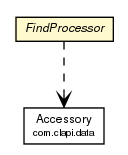
Earlier version of the Graphviz export javadoc/coreserver/com/connectlife/coreserver/environment/FindProcessor.png (ericpinet/ConnectLife). Its source is kept beside it as javadoc/coreserver/com/connectlife/coreserver/environment/FindProcessor.dot.
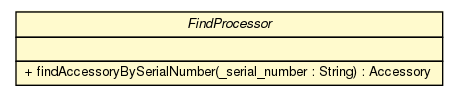
The same file after the commit.

What changed in the source:
```diff
@@ -4,16 +4,15 @@
 	node [fontname="Helvetica",fontsize=10,shape=plaintext];
 	nodesep=0.25;
 	ranksep=0.5;
-	c1343 [label=<<table title="com.connectlife.coreserver.environment.FindProcessor" border="0" cellborder="1" cellspacing="0" cellpadding="2" port="p" bgcolor="lemonChiffon" href="./FindProcessor.html">
+	c1222 [label=<<table title="com.connectlife.coreserver.environment.FindProcessor" border="0" cellborder="1" cellspacing="0" cellpadding="2" port="p" bgcolor="lemonChiffon" href="./FindProcessor.html">
 		<tr><td><table border="0" cellspacing="0" cellpadding="1">
 <tr><td align="center" balign="center"><font face="Helvetica-Oblique"> FindProcessor </font></td></tr>
 		</table></td></tr>
-		</table>>, fontname="Helvetica", fontcolor="black", fontsize=9.0];
-	c1343:p -> c1370:p [taillabel="", label="", headlabel="", fontname="Helvetica", fontcolor="black", fontsize=10.0, color="black", arrowhead=open, style=dashed];
-	c1370 [label=<<table title="com.clapi.data.Accessory" border="0" cellborder="1" cellspacing="0" cellpadding="2" port="p" href="http://java.sun.com/j2se/1.4.2/docs/api/com/clapi/data/Accessory.html">
 		<tr><td><table border="0" cellspacing="0" cellpadding="1">
-<tr><td align="center" balign="center"> Accessory </td></tr>
-<tr><td align="center" balign="center"><font point-size="7.0"> com.clapi.data </font></td></tr>
+<tr><td align="left" balign="left">  </td></tr>
 		</table></td></tr>
-		</table>>, fontname="Helvetica", fontcolor="black", fontsize=9.0];
+		<tr><td><table border="0" cellspacing="0" cellpadding="1">
+<tr><td align="left" balign="left"> + findAccessoryBySerialNumber(_serial_number : String) : Accessory </td></tr>
+		</table></td></tr>
+		</table>>, fontname="Helvetica", fontcolor="black", fontsize=10.0];
 }
```
